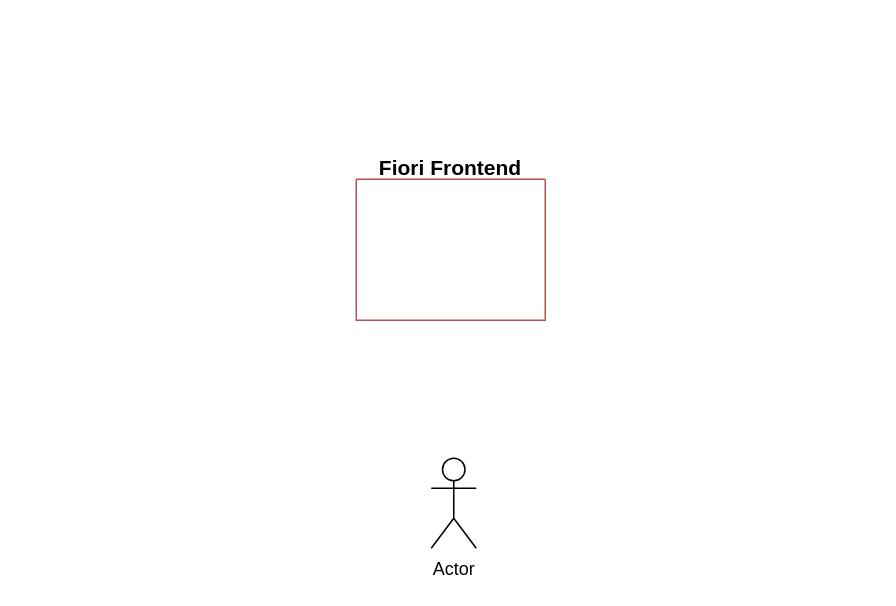
Before: s4.drawio in xcom169/xcom169, a draw.io diagram. Source tidied: cells renumbered, new cells numbered last; positions are measured from the earlier drawing's top-left corner, leaving out a move shared by most shapes. Both pictures are drawn from the tidied source at 150%, with x=0, y=0 at pixel (356, 178).
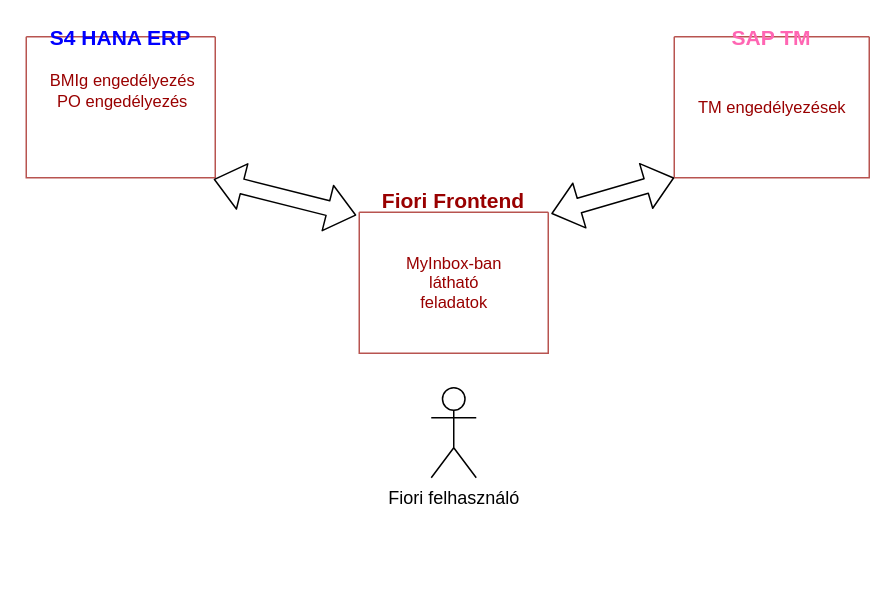
Above is the later version.

What changed in the source:
```diff
@@
 <mxGraphModel>
   <root>
     <mxCell id="0" />
     <mxCell id="1" parent="0" />
-    <mxCell id="2" value="Actor" style="shape=umlActor;verticalLabelPosition=bottom;verticalAlign=top;html=1;" parent="1" vertex="1">
-      <mxGeometry x="50" y="186" width="30" height="60" as="geometry" />
+    <mxCell id="2" value="Fiori felhasználó" style="shape=umlActor;verticalLabelPosition=bottom;verticalAlign=top;html=1;" parent="1" vertex="1">
+      <mxGeometry x="50" y="139" width="30" height="60" as="geometry" />
     </mxCell>
-    <mxCell id="3" value="Fiori Frontend&#10;" style="swimlane;startSize=0;fontSize=14;fillColor=#f8cecc;strokeColor=#b85450;" parent="1" vertex="1">
-      <mxGeometry width="126" height="94" as="geometry" />
+    <mxCell id="3" value="S4 HANA ERP" style="swimlane;startSize=0;fontSize=14;fillColor=#f8cecc;strokeColor=#b85450;fontColor=#0000FF;" parent="1" vertex="1">
+      <mxGeometry x="-220" y="-95" width="126" height="94" as="geometry" />
     </mxCell>
+    <mxCell id="4" value="Fiori Frontend&#10;" style="swimlane;startSize=0;fontSize=14;fillColor=#f8cecc;strokeColor=#b85450;fontColor=#990000;" parent="1" vertex="1">
+      <mxGeometry x="2" y="22" width="126" height="94" as="geometry" />
+    </mxCell>
+    <mxCell id="5" value="SAP TM " style="swimlane;startSize=0;fontSize=14;fillColor=#f8cecc;strokeColor=#b85450;fontColor=#FF66B3;" parent="1" vertex="1">
+      <mxGeometry x="212" y="-95" width="130" height="94" as="geometry" />
+    </mxCell>
+    <mxCell id="6" value="&lt;font style=&quot;font-size: 11px;&quot;&gt;TM engedélyezések&lt;/font&gt;" style="text;html=1;align=center;verticalAlign=middle;strokeColor=none;fontSize=11;fontColor=#990000;" parent="5" vertex="1">
+      <mxGeometry x="6" y="38" width="118" height="18" as="geometry" />
+    </mxCell>
+    <mxCell id="7" style="shape=flexArrow;endArrow=classic;startArrow=classic;html=1;fontSize=14;" parent="1" edge="1">
+      <mxGeometry relative="1" as="geometry">
+        <mxPoint y="24" as="sourcePoint" />
+        <mxPoint x="-95" as="targetPoint" />
+      </mxGeometry>
+    </mxCell>
+    <mxCell id="8" style="shape=flexArrow;endArrow=classic;startArrow=classic;html=1;fontSize=14;entryX=0;entryY=1;entryDx=0;entryDy=0;" parent="1" edge="1" target="5">
+      <mxGeometry relative="1" as="geometry">
+        <mxPoint x="130" y="23" as="sourcePoint" />
+      </mxGeometry>
+    </mxCell>
+    <mxCell id="9" value="&lt;div style=&quot;font-size: 11px&quot;&gt;&lt;font style=&quot;font-size: 11px&quot;&gt;BMIg engedélyezés&lt;/font&gt;&lt;/div&gt;&lt;div style=&quot;font-size: 11px&quot;&gt;&lt;font style=&quot;font-size: 11px&quot;&gt;PO engedélyezés&lt;br style=&quot;font-size: 14px&quot;&gt;&lt;/font&gt;&lt;/div&gt;" style="text;html=1;align=center;verticalAlign=middle;strokeColor=none;fontSize=14;fontColor=#990000;" parent="1" vertex="1">
+      <mxGeometry x="-214.5" y="-81" width="116" height="43" as="geometry" />
+    </mxCell>
+    <mxCell id="10" value="&lt;div&gt;MyInbox-ban&lt;/div&gt;&lt;div&gt;látható&lt;/div&gt;&lt;div&gt;feladatok&lt;br&gt;&lt;/div&gt;" style="text;html=1;align=center;verticalAlign=middle;strokeColor=none;fontSize=11;fontColor=#990000;" parent="1" vertex="1">
+      <mxGeometry x="25" y="45.5" width="80" height="47" as="geometry" />
+    </mxCell>
   </root>
 </mxGraphModel>
```
